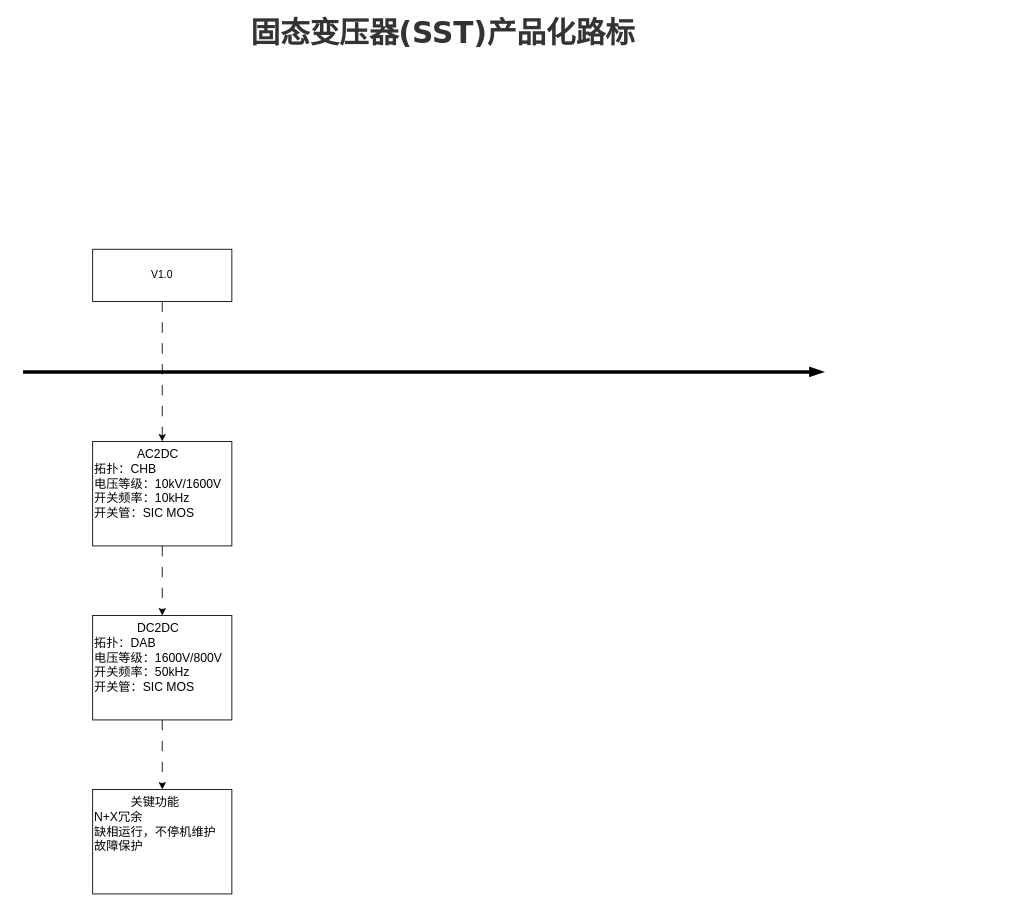
gscaszhou/Graph keeps this draw.io diagram as page "产品路标" (10 of 10) of SST系统软件架构.drawio. Above is the earlier version. Source tidied: cells renumbered, new cells numbered last; positions are measured from the earlier drawing's top-left corner, leaving out a move shared by most shapes. Both pictures are drawn from the tidied source at 87%, with x=0, y=0 at pixel (23, 15).
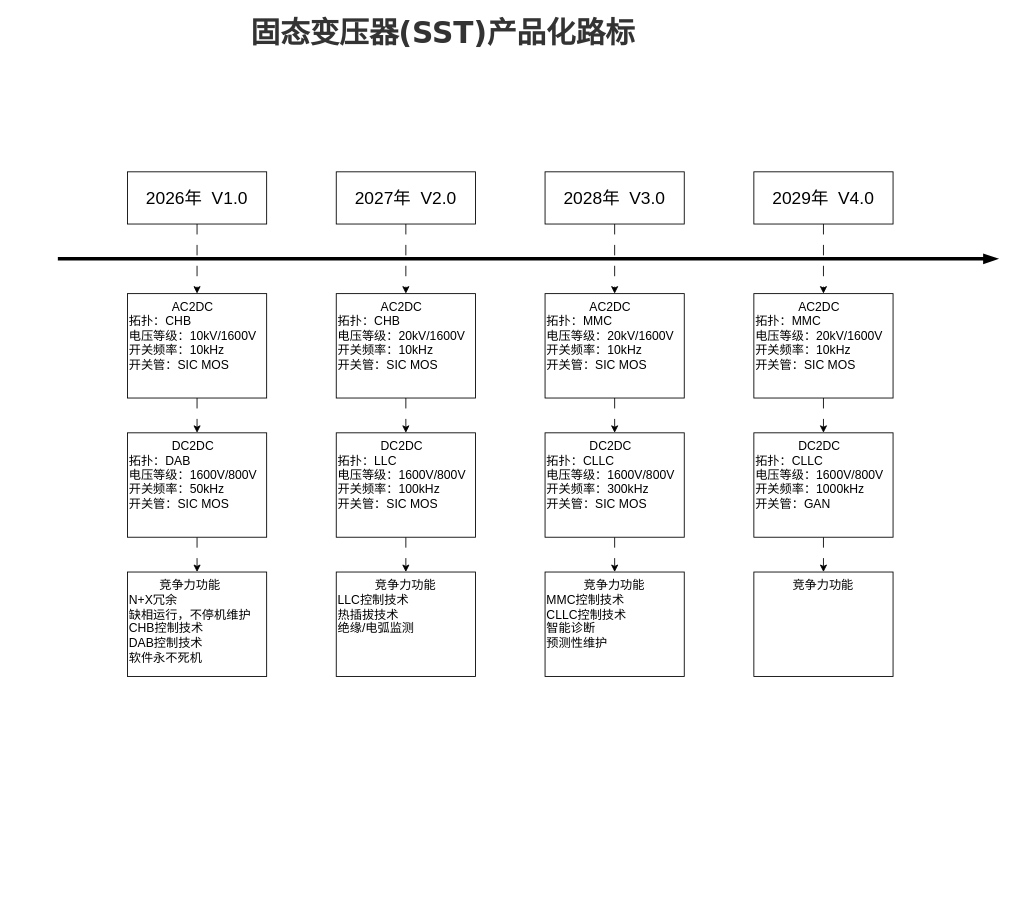
After the change.

Commit message:
更新产品路标

Change to the diagram source:
```diff
@@
     <mxCell id="2" style="endArrow=blockThin;html=1;strokeColor=#000000;strokeWidth=4;exitX=0;exitY=0;fontSize=12;rounded=0;" parent="1" edge="1">
       <mxGeometry relative="1" as="geometry">
-        <mxPoint y="410" as="sourcePoint" />
-        <mxPoint x="920" y="410" as="targetPoint" />
+        <mxPoint x="40" y="280" as="sourcePoint" />
+        <mxPoint x="1120" y="280" as="targetPoint" />
       </mxGeometry>
     </mxCell>
@@
+    <mxCell id="11" style="group;align=center;" parent="1" vertex="1">
+      <mxGeometry x="120" y="180" width="160" height="580" as="geometry" />
+    </mxCell>
-    <mxCell id="4" style="edgeStyle=none;rounded=0;jettySize=auto;html=1;exitX=0.5;exitY=1;exitDx=0;exitDy=0;entryX=0.5;entryY=0;entryDx=0;entryDy=0;dashed=1;dashPattern=12 12;" parent="1" edge="1" source="5" target="7">
+    <mxCell id="4" style="edgeStyle=none;rounded=0;jettySize=auto;html=1;exitX=0.5;exitY=1;exitDx=0;exitDy=0;entryX=0.5;entryY=0;entryDx=0;entryDy=0;dashed=1;dashPattern=12 12;" parent="11" edge="1" source="5" target="7">
       <mxGeometry relative="1" as="geometry" />
     </mxCell>
-    <mxCell id="5" value="V1.0" style="rounded=0;whiteSpace=wrap;html=1;" parent="1" vertex="1">
-      <mxGeometry x="80" y="269" width="160" height="60" as="geometry" />
+    <mxCell id="5" value="&lt;div&gt;&lt;span style=&quot;background-color: transparent; color: light-dark(rgb(0, 0, 0), rgb(255, 255, 255));&quot;&gt;&lt;font style=&quot;font-size: 20px;&quot;&gt;2026年&amp;nbsp; V1.0&lt;/font&gt;&lt;/span&gt;&lt;br&gt;&lt;/div&gt;" style="rounded=0;whiteSpace=wrap;html=1;" parent="11" vertex="1">
+      <mxGeometry width="160" height="60" as="geometry" />
     </mxCell>
-    <mxCell id="6" style="edgeStyle=none;rounded=0;jettySize=auto;html=1;exitX=0.5;exitY=1;exitDx=0;exitDy=0;entryX=0.5;entryY=0;entryDx=0;entryDy=0;dashed=1;dashPattern=12 12;strokeColor=default;align=center;verticalAlign=middle;fontFamily=Helvetica;fontSize=11;fontColor=default;labelBackgroundColor=default;endArrow=classic;" parent="1" edge="1" source="7" target="9">
+    <mxCell id="6" style="edgeStyle=none;rounded=0;jettySize=auto;html=1;exitX=0.5;exitY=1;exitDx=0;exitDy=0;entryX=0.5;entryY=0;entryDx=0;entryDy=0;dashed=1;dashPattern=12 12;strokeColor=default;align=center;verticalAlign=middle;fontFamily=Helvetica;fontSize=11;fontColor=default;labelBackgroundColor=default;endArrow=classic;" parent="11" edge="1" source="7" target="9">
       <mxGeometry relative="1" as="geometry" />
     </mxCell>
-    <mxCell id="7" value="&lt;div style=&quot;text-align: center;&quot;&gt;&lt;span style=&quot;background-color: transparent; color: light-dark(rgb(0, 0, 0), rgb(255, 255, 255));&quot;&gt;AC2DC&lt;/span&gt;&lt;/div&gt;&lt;div&gt;拓扑：CHB&lt;/div&gt;&lt;div&gt;电压等级：10kV/1600V&lt;/div&gt;&lt;div&gt;开关频率：10kHz&lt;/div&gt;&lt;div&gt;开关管：SIC MOS&lt;/div&gt;" style="rounded=0;whiteSpace=wrap;html=1;fontSize=14;align=left;fontFamily=Helvetica;fontColor=default;fontStyle=0;verticalAlign=top;" parent="1" vertex="1">
-      <mxGeometry x="80" y="490" width="160" height="120" as="geometry" />
+    <mxCell id="7" value="&lt;div style=&quot;text-align: center;&quot;&gt;&lt;span style=&quot;background-color: transparent; color: light-dark(rgb(0, 0, 0), rgb(255, 255, 255));&quot;&gt;AC2DC&lt;/span&gt;&lt;/div&gt;&lt;div&gt;拓扑：CHB&lt;/div&gt;&lt;div&gt;电压等级：10kV/1600V&lt;/div&gt;&lt;div&gt;开关频率：10kHz&lt;/div&gt;&lt;div&gt;开关管：SIC MOS&lt;/div&gt;" style="rounded=0;whiteSpace=wrap;html=1;fontSize=14;align=left;fontFamily=Helvetica;fontColor=default;fontStyle=0;verticalAlign=top;" parent="11" vertex="1">
+      <mxGeometry y="140" width="160" height="120" as="geometry" />
     </mxCell>
-    <mxCell id="8" style="edgeStyle=none;rounded=0;jettySize=auto;html=1;exitX=0.5;exitY=1;exitDx=0;exitDy=0;entryX=0.5;entryY=0;entryDx=0;entryDy=0;fontFamily=Helvetica;fontSize=11;fontColor=default;align=center;verticalAlign=middle;labelBackgroundColor=default;dashed=1;dashPattern=12 12;strokeColor=default;endArrow=classic;" parent="1" edge="1" source="9" target="10">
+    <mxCell id="8" style="edgeStyle=none;rounded=0;jettySize=auto;html=1;exitX=0.5;exitY=1;exitDx=0;exitDy=0;entryX=0.5;entryY=0;entryDx=0;entryDy=0;fontFamily=Helvetica;fontSize=11;fontColor=default;align=center;verticalAlign=middle;labelBackgroundColor=default;dashed=1;dashPattern=12 12;strokeColor=default;endArrow=classic;" parent="11" edge="1" source="9" target="10">
       <mxGeometry relative="1" as="geometry" />
     </mxCell>
-    <mxCell id="9" value="&lt;div style=&quot;text-align: center;&quot;&gt;&lt;span style=&quot;background-color: transparent; color: light-dark(rgb(0, 0, 0), rgb(255, 255, 255));&quot;&gt;DC2DC&lt;/span&gt;&lt;/div&gt;&lt;div&gt;拓扑：DAB&lt;/div&gt;&lt;div&gt;电压等级：1600V/800V&lt;/div&gt;&lt;div&gt;开关频率：50kHz&lt;/div&gt;&lt;div&gt;开关管：SIC MOS&lt;/div&gt;" style="rounded=0;whiteSpace=wrap;html=1;fontSize=14;align=left;verticalAlign=top;" parent="1" vertex="1">
-      <mxGeometry x="80" y="690" width="160" height="120" as="geometry" />
+    <mxCell id="9" value="&lt;div style=&quot;text-align: center;&quot;&gt;&lt;span style=&quot;background-color: transparent; color: light-dark(rgb(0, 0, 0), rgb(255, 255, 255));&quot;&gt;DC2DC&lt;/span&gt;&lt;/div&gt;&lt;div&gt;拓扑：DAB&lt;/div&gt;&lt;div&gt;电压等级：1600V/800V&lt;/div&gt;&lt;div&gt;开关频率：50kHz&lt;/div&gt;&lt;div&gt;开关管：SIC MOS&lt;/div&gt;" style="rounded=0;whiteSpace=wrap;html=1;fontSize=14;align=left;verticalAlign=top;" parent="11" vertex="1">
+      <mxGeometry y="300" width="160" height="120" as="geometry" />
     </mxCell>
-    <mxCell id="10" value="&lt;div style=&quot;text-align: center;&quot;&gt;关键功能&lt;/div&gt;&lt;div&gt;N+X冗余&lt;/div&gt;&lt;div&gt;缺相运行，不停机维护&lt;/div&gt;&lt;div&gt;故障保护&lt;/div&gt;" style="rounded=0;whiteSpace=wrap;html=1;fontSize=14;align=left;verticalAlign=top;" parent="1" vertex="1">
-      <mxGeometry x="80" y="890" width="160" height="120" as="geometry" />
+    <mxCell id="10" value="&lt;div style=&quot;text-align: center;&quot;&gt;竞争力功能&lt;/div&gt;&lt;div&gt;N+X冗余&lt;/div&gt;&lt;div&gt;缺相运行，不停机维护&lt;/div&gt;&lt;div&gt;CHB控制技术&lt;/div&gt;&lt;div&gt;DAB控制技术&lt;/div&gt;&lt;div&gt;软件永不死机&lt;/div&gt;" style="rounded=0;whiteSpace=wrap;html=1;fontSize=14;align=left;verticalAlign=top;" parent="11" vertex="1">
+      <mxGeometry y="460" width="160" height="120" as="geometry" />
     </mxCell>
+    <mxCell id="12" style="group;" parent="1" vertex="1">
+      <mxGeometry x="360" y="180" width="160" height="580" as="geometry" />
+    </mxCell>
+    <mxCell id="13" style="edgeStyle=none;rounded=0;jettySize=auto;html=1;exitX=0.5;exitY=1;exitDx=0;exitDy=0;entryX=0.5;entryY=0;entryDx=0;entryDy=0;dashed=1;dashPattern=12 12;" parent="12" edge="1" source="14" target="16">
+      <mxGeometry relative="1" as="geometry" />
+    </mxCell>
+    <mxCell id="14" value="&lt;div&gt;&lt;span style=&quot;background-color: transparent; color: light-dark(rgb(0, 0, 0), rgb(255, 255, 255));&quot;&gt;&lt;font style=&quot;font-size: 20px;&quot;&gt;2027年&amp;nbsp; V2.0&lt;/font&gt;&lt;/span&gt;&lt;br&gt;&lt;/div&gt;" style="rounded=0;whiteSpace=wrap;html=1;" parent="12" vertex="1">
+      <mxGeometry width="160" height="60" as="geometry" />
+    </mxCell>
+    <mxCell id="15" style="edgeStyle=none;rounded=0;jettySize=auto;html=1;exitX=0.5;exitY=1;exitDx=0;exitDy=0;entryX=0.5;entryY=0;entryDx=0;entryDy=0;dashed=1;dashPattern=12 12;strokeColor=default;align=center;verticalAlign=middle;fontFamily=Helvetica;fontSize=11;fontColor=default;labelBackgroundColor=default;endArrow=classic;" parent="12" edge="1" source="16" target="18">
+      <mxGeometry relative="1" as="geometry" />
+    </mxCell>
+    <mxCell id="16" value="&lt;div style=&quot;text-align: center;&quot;&gt;&lt;span style=&quot;background-color: transparent; color: light-dark(rgb(0, 0, 0), rgb(255, 255, 255));&quot;&gt;AC2DC&lt;/span&gt;&lt;/div&gt;&lt;div&gt;拓扑：CHB&lt;/div&gt;&lt;div&gt;电压等级：20kV/1600V&lt;/div&gt;&lt;div&gt;开关频率：10kHz&lt;/div&gt;&lt;div&gt;开关管：SIC MOS&lt;/div&gt;" style="rounded=0;whiteSpace=wrap;html=1;fontSize=14;align=left;fontFamily=Helvetica;fontColor=default;fontStyle=0;verticalAlign=top;" parent="12" vertex="1">
+      <mxGeometry y="140" width="160" height="120" as="geometry" />
+    </mxCell>
+    <mxCell id="17" style="edgeStyle=none;rounded=0;jettySize=auto;html=1;exitX=0.5;exitY=1;exitDx=0;exitDy=0;entryX=0.5;entryY=0;entryDx=0;entryDy=0;fontFamily=Helvetica;fontSize=11;fontColor=default;align=center;verticalAlign=middle;labelBackgroundColor=default;dashed=1;dashPattern=12 12;strokeColor=default;endArrow=classic;" parent="12" edge="1" source="18" target="19">
+      <mxGeometry relative="1" as="geometry" />
+    </mxCell>
+    <mxCell id="18" value="&lt;div style=&quot;text-align: center;&quot;&gt;&lt;span style=&quot;background-color: transparent; color: light-dark(rgb(0, 0, 0), rgb(255, 255, 255));&quot;&gt;DC2DC&lt;/span&gt;&lt;/div&gt;&lt;div&gt;拓扑：LLC&lt;/div&gt;&lt;div&gt;电压等级：1600V/800V&lt;/div&gt;&lt;div&gt;开关频率：100kHz&lt;/div&gt;&lt;div&gt;开关管：SIC MOS&lt;/div&gt;" style="rounded=0;whiteSpace=wrap;html=1;fontSize=14;align=left;verticalAlign=top;" parent="12" vertex="1">
+      <mxGeometry y="300" width="160" height="120" as="geometry" />
+    </mxCell>
+    <mxCell id="19" value="&lt;div style=&quot;&quot;&gt;&lt;div style=&quot;text-align: center;&quot;&gt;&amp;nbsp; &amp;nbsp; &amp;nbsp; &amp;nbsp; &amp;nbsp; &amp;nbsp;竞争力功能&lt;/div&gt;&lt;div style=&quot;&quot;&gt;LLC控制技术&lt;/div&gt;&lt;div style=&quot;&quot;&gt;热插拔技术&lt;/div&gt;&lt;div style=&quot;&quot;&gt;绝缘/电弧监测&lt;/div&gt;&lt;div style=&quot;&quot;&gt;&lt;br&gt;&lt;/div&gt;&lt;div style=&quot;&quot;&gt;&lt;br&gt;&lt;/div&gt;&lt;/div&gt;" style="rounded=0;whiteSpace=wrap;html=1;fontSize=14;align=left;verticalAlign=top;fontFamily=Helvetica;fontColor=default;fontStyle=0;" parent="12" vertex="1">
+      <mxGeometry y="460" width="160" height="120" as="geometry" />
+    </mxCell>
+    <mxCell id="20" style="group;" parent="1" vertex="1">
+      <mxGeometry x="600" y="180" width="160" height="580" as="geometry" />
+    </mxCell>
+    <mxCell id="21" style="edgeStyle=none;rounded=0;jettySize=auto;html=1;exitX=0.5;exitY=1;exitDx=0;exitDy=0;entryX=0.5;entryY=0;entryDx=0;entryDy=0;dashed=1;dashPattern=12 12;" parent="20" edge="1" source="22" target="24">
+      <mxGeometry relative="1" as="geometry" />
+    </mxCell>
+    <mxCell id="22" value="&lt;div&gt;&lt;span style=&quot;background-color: transparent; color: light-dark(rgb(0, 0, 0), rgb(255, 255, 255));&quot;&gt;&lt;font style=&quot;font-size: 20px;&quot;&gt;2028年&amp;nbsp; V3.0&lt;/font&gt;&lt;/span&gt;&lt;br&gt;&lt;/div&gt;" style="rounded=0;whiteSpace=wrap;html=1;" parent="20" vertex="1">
+      <mxGeometry width="160" height="60" as="geometry" />
+    </mxCell>
+    <mxCell id="23" style="edgeStyle=none;rounded=0;jettySize=auto;html=1;exitX=0.5;exitY=1;exitDx=0;exitDy=0;entryX=0.5;entryY=0;entryDx=0;entryDy=0;dashed=1;dashPattern=12 12;strokeColor=default;align=center;verticalAlign=middle;fontFamily=Helvetica;fontSize=11;fontColor=default;labelBackgroundColor=default;endArrow=classic;" parent="20" edge="1" source="24" target="26">
+      <mxGeometry relative="1" as="geometry" />
+    </mxCell>
+    <mxCell id="24" value="&lt;div style=&quot;text-align: center;&quot;&gt;&lt;span style=&quot;background-color: transparent; color: light-dark(rgb(0, 0, 0), rgb(255, 255, 255));&quot;&gt;AC2DC&lt;/span&gt;&lt;/div&gt;&lt;div&gt;拓扑：MMC&lt;/div&gt;&lt;div&gt;电压等级：20kV/1600V&lt;/div&gt;&lt;div&gt;开关频率：10kHz&lt;/div&gt;&lt;div&gt;开关管：SIC MOS&lt;/div&gt;" style="rounded=0;whiteSpace=wrap;html=1;fontSize=14;align=left;fontFamily=Helvetica;fontColor=default;fontStyle=0;verticalAlign=top;" parent="20" vertex="1">
+      <mxGeometry y="140" width="160" height="120" as="geometry" />
+    </mxCell>
+    <mxCell id="25" style="edgeStyle=none;rounded=0;jettySize=auto;html=1;exitX=0.5;exitY=1;exitDx=0;exitDy=0;entryX=0.5;entryY=0;entryDx=0;entryDy=0;fontFamily=Helvetica;fontSize=11;fontColor=default;align=center;verticalAlign=middle;labelBackgroundColor=default;dashed=1;dashPattern=12 12;strokeColor=default;endArrow=classic;" parent="20" edge="1" source="26" target="27">
+      <mxGeometry relative="1" as="geometry" />
+    </mxCell>
+    <mxCell id="26" value="&lt;div style=&quot;text-align: center;&quot;&gt;&lt;span style=&quot;background-color: transparent; color: light-dark(rgb(0, 0, 0), rgb(255, 255, 255));&quot;&gt;DC2DC&lt;/span&gt;&lt;/div&gt;&lt;div&gt;拓扑：CLLC&lt;/div&gt;&lt;div&gt;电压等级：1600V/800V&lt;/div&gt;&lt;div&gt;开关频率：300kHz&lt;/div&gt;&lt;div&gt;开关管：SIC MOS&lt;/div&gt;" style="rounded=0;whiteSpace=wrap;html=1;fontSize=14;align=left;verticalAlign=top;" parent="20" vertex="1">
+      <mxGeometry y="300" width="160" height="120" as="geometry" />
+    </mxCell>
+    <mxCell id="27" value="&lt;div style=&quot;&quot;&gt;&lt;div style=&quot;text-align: center;&quot;&gt;&amp;nbsp; &amp;nbsp; &amp;nbsp; &amp;nbsp; &amp;nbsp; &amp;nbsp;竞争力功能&lt;/div&gt;&lt;div style=&quot;&quot;&gt;MMC控制技术&lt;/div&gt;&lt;div style=&quot;&quot;&gt;CLLC控制技术&lt;br&gt;&lt;/div&gt;&lt;div style=&quot;&quot;&gt;智能诊断&lt;br&gt;预测性维护&lt;/div&gt;&lt;div style=&quot;&quot;&gt;&lt;br&gt;&lt;/div&gt;&lt;div style=&quot;&quot;&gt;&lt;br&gt;&lt;/div&gt;&lt;/div&gt;" style="rounded=0;whiteSpace=wrap;html=1;fontSize=14;align=left;verticalAlign=top;fontFamily=Helvetica;fontColor=default;fontStyle=0;" parent="20" vertex="1">
+      <mxGeometry y="460" width="160" height="120" as="geometry" />
+    </mxCell>
+    <mxCell id="28" style="group;" parent="1" vertex="1">
+      <mxGeometry x="840" y="180" width="160" height="580" as="geometry" />
+    </mxCell>
+    <mxCell id="29" style="edgeStyle=none;rounded=0;jettySize=auto;html=1;exitX=0.5;exitY=1;exitDx=0;exitDy=0;entryX=0.5;entryY=0;entryDx=0;entryDy=0;dashed=1;dashPattern=12 12;" parent="28" edge="1" source="30" target="32">
+      <mxGeometry relative="1" as="geometry" />
+    </mxCell>
+    <mxCell id="30" value="&lt;div&gt;&lt;span style=&quot;background-color: transparent; color: light-dark(rgb(0, 0, 0), rgb(255, 255, 255));&quot;&gt;&lt;font style=&quot;font-size: 20px;&quot;&gt;2029年&amp;nbsp; V4.0&lt;/font&gt;&lt;/span&gt;&lt;br&gt;&lt;/div&gt;" style="rounded=0;whiteSpace=wrap;html=1;" parent="28" vertex="1">
+      <mxGeometry width="160" height="60" as="geometry" />
+    </mxCell>
+    <mxCell id="31" style="edgeStyle=none;rounded=0;jettySize=auto;html=1;exitX=0.5;exitY=1;exitDx=0;exitDy=0;entryX=0.5;entryY=0;entryDx=0;entryDy=0;dashed=1;dashPattern=12 12;strokeColor=default;align=center;verticalAlign=middle;fontFamily=Helvetica;fontSize=11;fontColor=default;labelBackgroundColor=default;endArrow=classic;" parent="28" edge="1" source="32" target="34">
+      <mxGeometry relative="1" as="geometry" />
+    </mxCell>
+    <mxCell id="32" value="&lt;div style=&quot;text-align: center;&quot;&gt;&lt;span style=&quot;background-color: transparent; color: light-dark(rgb(0, 0, 0), rgb(255, 255, 255));&quot;&gt;AC2DC&lt;/span&gt;&lt;/div&gt;&lt;div&gt;拓扑：MMC&lt;/div&gt;&lt;div&gt;电压等级：20kV/1600V&lt;/div&gt;&lt;div&gt;开关频率：10kHz&lt;/div&gt;&lt;div&gt;开关管：SIC MOS&lt;/div&gt;" style="rounded=0;whiteSpace=wrap;html=1;fontSize=14;align=left;fontFamily=Helvetica;fontColor=default;fontStyle=0;verticalAlign=top;" parent="28" vertex="1">
+      <mxGeometry y="140" width="160" height="120" as="geometry" />
+    </mxCell>
+    <mxCell id="33" style="edgeStyle=none;rounded=0;jettySize=auto;html=1;exitX=0.5;exitY=1;exitDx=0;exitDy=0;entryX=0.5;entryY=0;entryDx=0;entryDy=0;fontFamily=Helvetica;fontSize=11;fontColor=default;align=center;verticalAlign=middle;labelBackgroundColor=default;dashed=1;dashPattern=12 12;strokeColor=default;endArrow=classic;" parent="28" edge="1" source="34" target="35">
+      <mxGeometry relative="1" as="geometry" />
+    </mxCell>
+    <mxCell id="34" value="&lt;div style=&quot;text-align: center;&quot;&gt;&lt;span style=&quot;background-color: transparent; color: light-dark(rgb(0, 0, 0), rgb(255, 255, 255));&quot;&gt;DC2DC&lt;/span&gt;&lt;/div&gt;&lt;div&gt;拓扑：CLLC&lt;/div&gt;&lt;div&gt;电压等级：1600V/800V&lt;/div&gt;&lt;div&gt;开关频率：1000kHz&lt;/div&gt;&lt;div&gt;开关管：GAN&lt;/div&gt;" style="rounded=0;whiteSpace=wrap;html=1;fontSize=14;align=left;verticalAlign=top;" parent="28" vertex="1">
+      <mxGeometry y="300" width="160" height="120" as="geometry" />
+    </mxCell>
+    <mxCell id="35" value="&lt;div style=&quot;&quot;&gt;&lt;div style=&quot;text-align: center;&quot;&gt;&amp;nbsp; &amp;nbsp; &amp;nbsp; &amp;nbsp; &amp;nbsp; &amp;nbsp;竞争力功能&lt;/div&gt;&lt;div style=&quot;&quot;&gt;&lt;br&gt;&lt;/div&gt;&lt;div style=&quot;&quot;&gt;&lt;br&gt;&lt;/div&gt;&lt;div style=&quot;&quot;&gt;&lt;br&gt;&lt;/div&gt;&lt;/div&gt;" style="rounded=0;whiteSpace=wrap;html=1;fontSize=14;align=left;verticalAlign=top;fontFamily=Helvetica;fontColor=default;fontStyle=0;" parent="28" vertex="1">
+      <mxGeometry y="460" width="160" height="120" as="geometry" />
+    </mxCell>
```
